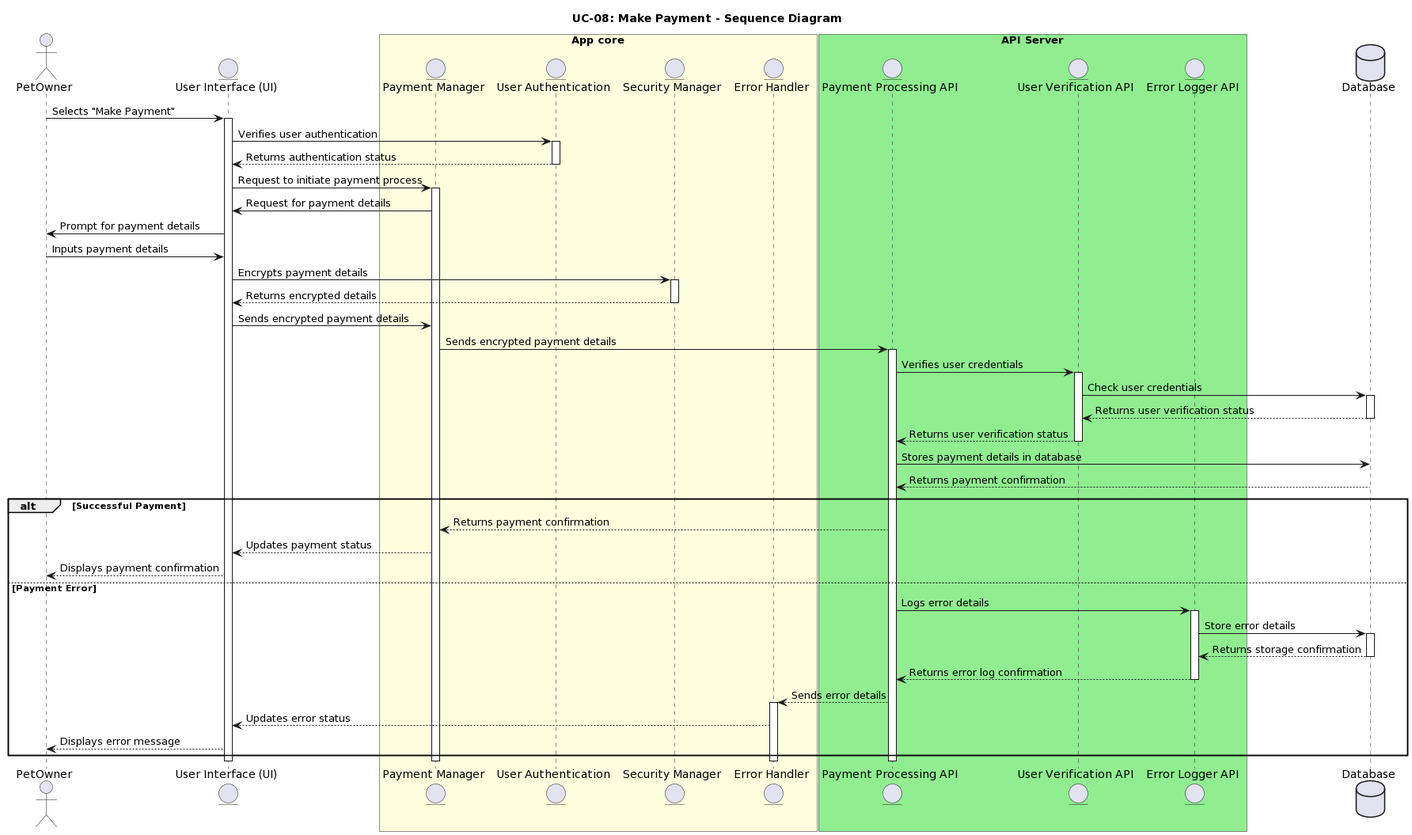
Above: Documents/PlantUML/UC-08_SEQUENCE_Diagram.png in IrenePorta/PetSitters (PlantUML), before the change.
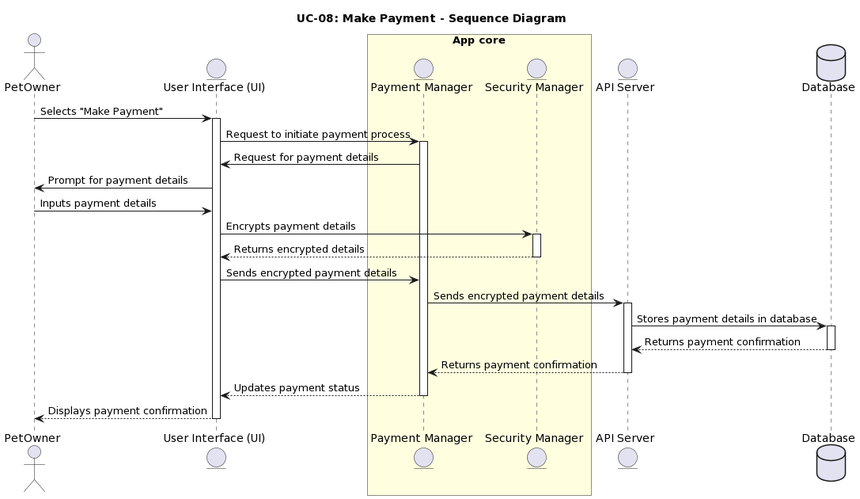
Above is the later version.

What changed in the source:
```diff
@@ -3,30 +3,19 @@
 actor PetOwner
 entity "User Interface (UI)" as UI
 box "App core" #LightYellow
-  entity "Payment Manager" as PaymentManager
-  entity "User Authentication" as UserAuth
+  entity "Payment Manager" as AppCore
   entity "Security Manager" as Security
-  entity "Error Handler" as ErrorHandler
 end box
-box "API Server" #LightGreen
-  entity "Payment Processing API" as PaymentAPI
-  entity "User Verification API" as UserVerifyAPI
-  entity "Error Logger API" as LoggerAPI
-end box
+entity "API Server" as API
 database "Database" as DB
 
 PetOwner -> UI : Selects "Make Payment"
 activate UI
 
-UI -> UserAuth : Verifies user authentication
-activate UserAuth
-UserAuth --> UI : Returns authentication status
-deactivate UserAuth
+UI -> AppCore : Request to initiate payment process
+activate AppCore
 
-UI -> PaymentManager : Request to initiate payment process
-activate PaymentManager
-
-PaymentManager -> UI : Request for payment details
+AppCore -> UI : Request for payment details
 UI -> PetOwner : Prompt for payment details
 PetOwner -> UI : Inputs payment details
 
@@ -35,44 +24,23 @@
 Security --> UI : Returns encrypted details
 deactivate Security
 
-UI -> PaymentManager : Sends encrypted payment details
-PaymentManager -> PaymentAPI : Sends encrypted payment details
-activate PaymentAPI
+UI -> AppCore : Sends encrypted payment details
 
-PaymentAPI -> UserVerifyAPI : Verifies user credentials
-activate UserVerifyAPI
-UserVerifyAPI -> DB : Check user credentials
+AppCore -> API : Sends encrypted payment details
+activate API
+
+API -> DB : Stores payment details in database
 activate DB
-DB --> UserVerifyAPI : Returns user verification status
-deactivate DB
-UserVerifyAPI --> PaymentAPI : Returns user verification status
-deactivate UserVerifyAPI
 
-PaymentAPI -> DB : Stores payment details in database
-DB --> PaymentAPI : Returns payment confirmation
+DB --> API : Returns payment confirmation
 deactivate DB
 
-alt Successful Payment
-    PaymentAPI --> PaymentManager : Returns payment confirmation
-    PaymentManager --> UI : Updates payment status
-    UI --> PetOwner : Displays payment confirmation
-else Payment Error
-    PaymentAPI -> LoggerAPI : Logs error details
-    activate LoggerAPI
-    LoggerAPI -> DB : Store error details
-    activate DB
-    DB --> LoggerAPI : Returns storage confirmation
-    deactivate DB
-    LoggerAPI --> PaymentAPI : Returns error log confirmation
-    deactivate LoggerAPI
-    PaymentAPI --> ErrorHandler : Sends error details
-    activate ErrorHandler
-    ErrorHandler --> UI : Updates error status
-    UI --> PetOwner : Displays error message
-end
+API --> AppCore : Returns payment confirmation
+deactivate API
 
-deactivate PaymentAPI
-deactivate ErrorHandler
-deactivate PaymentManager
+AppCore --> UI : Updates payment status
+deactivate AppCore
+
+UI --> PetOwner : Displays payment confirmation
 deactivate UI
 @enduml
```
